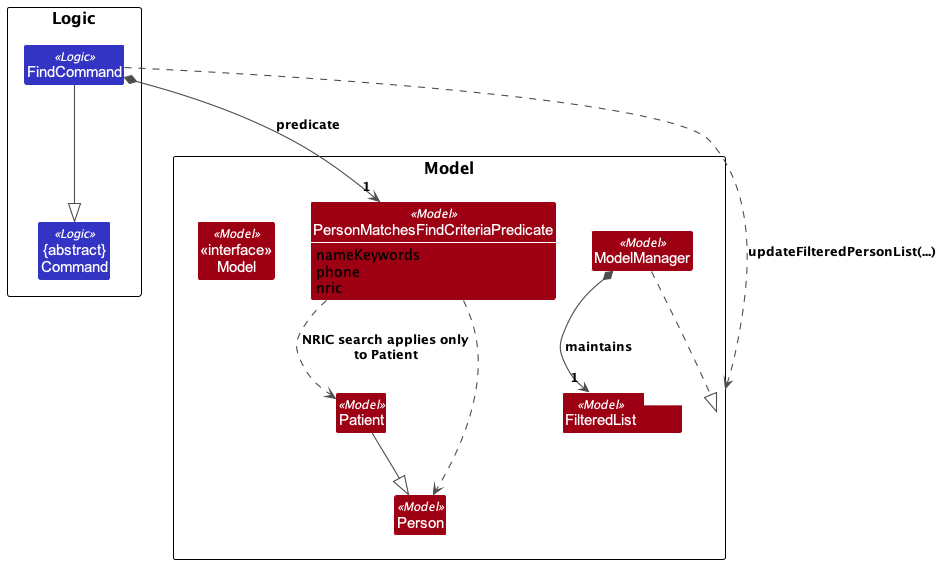
Above: docs/images/FindClassDiagram.png in AY2526S2-CS2103-T11-3/tp (PlantUML), before the change. Source of this version:
```plantuml
@startuml
!include style.puml
show members
hide empty members
skinparam arrowThickness 1.1
skinparam arrowColor #4D4D4D
skinparam classAttributeIconSize 0
skinparam class {
    BackgroundColor<<Logic>> LOGIC_COLOR
    BackgroundColor<<Model>> MODEL_COLOR
}

package Logic {
Class "{abstract}\nCommand" as Command <<Logic>>
Class FindCommand <<Logic>>
}

package Model {
Class "<<interface>>\nModel" as Model <<Model>>
Class ModelManager <<Model>>
Class "PersonMatchesFindCriteriaPredicate" as Predicate <<Model>> {
    nameKeywords
    phone
    nric
}
Class "FilteredList<Person>" as FilteredList <<Model>>
Class Person <<Model>>
Class Patient <<Model>>
}

FindCommand --|> Command
FindCommand *--> "1" Predicate : predicate

FindCommand ..> Model : updateFilteredPersonList(...)
ModelManager ..|> Model
ModelManager *--> "1" FilteredList : maintains

Predicate ..> Person
Predicate ..> Patient : NRIC search applies only\nto Patient
Patient --|> Person
@enduml
```
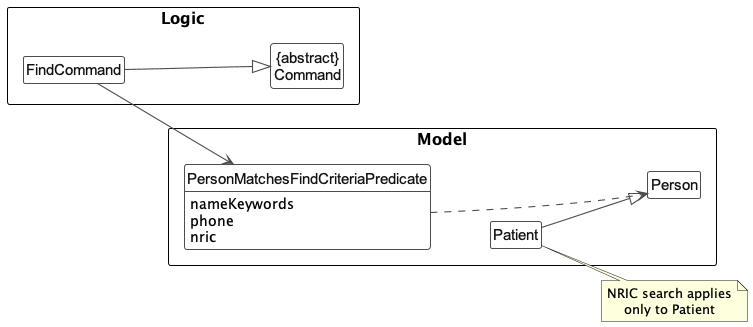
After the change.

Commit message:
PE-D Developer Guide: Update find command

Change to the diagram source:
```diff
@@ -2,40 +2,41 @@
 !include style.puml
 show members
 hide empty members
+left to right direction
 skinparam arrowThickness 1.1
 skinparam arrowColor #4D4D4D
 skinparam classAttributeIconSize 0
 skinparam class {
-    BackgroundColor<<Logic>> LOGIC_COLOR
-    BackgroundColor<<Model>> MODEL_COLOR
+    BackgroundColor #FFFFFF
+    BorderColor #4D4D4D
+    FontColor #111111
+    StereotypeFontColor #111111
 }
 
 package Logic {
-Class "{abstract}\nCommand" as Command <<Logic>>
-Class FindCommand <<Logic>>
+Class "{abstract}\nCommand" as Command
+Class FindCommand
 }
 
 package Model {
-Class "<<interface>>\nModel" as Model <<Model>>
-Class ModelManager <<Model>>
-Class "PersonMatchesFindCriteriaPredicate" as Predicate <<Model>> {
+Class "PersonMatchesFindCriteriaPredicate" as Predicate {
     nameKeywords
     phone
     nric
 }
-Class "FilteredList<Person>" as FilteredList <<Model>>
-Class Person <<Model>>
-Class Patient <<Model>>
+Class Person
+Class Patient
 }
 
 FindCommand --|> Command
-FindCommand *--> "1" Predicate : predicate
-
-FindCommand ..> Model : updateFilteredPersonList(...)
-ModelManager ..|> Model
-ModelManager *--> "1" FilteredList : maintains
+FindCommand --> Predicate
 
 Predicate ..> Person
-Predicate ..> Patient : NRIC search applies only\nto Patient
 Patient --|> Person
+Predicate -[hidden]right-> Person
+Predicate -[hidden]down-> Patient
+note right of Patient
+  NRIC search applies
+  only to Patient
+end note
 @enduml
```
